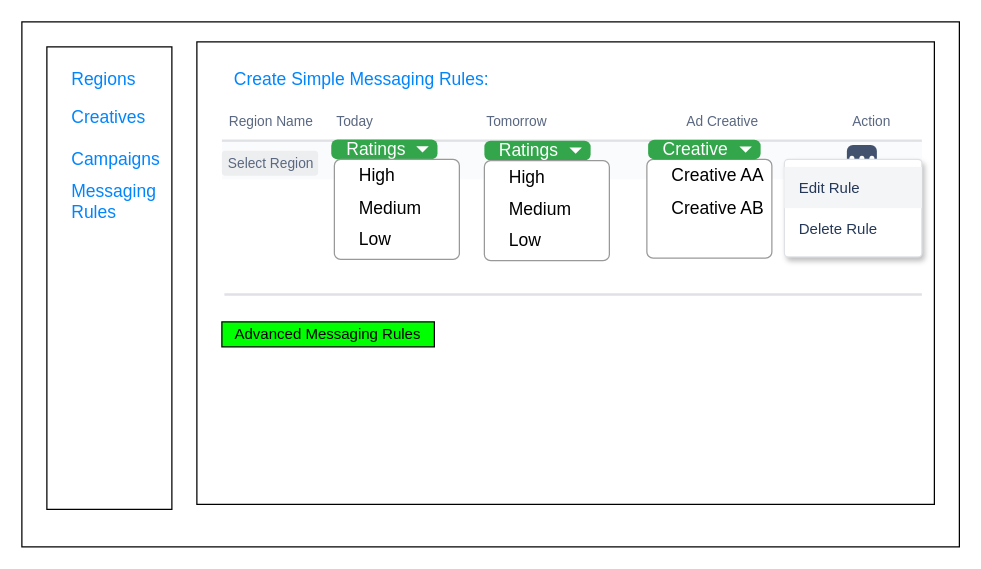
Earlier version of the draw.io diagram page "MessagingRules_SetUp" (8 of 8) of ttd-sa-exercise.drawio (coolsharepoint/Test). Source tidied: cells renumbered, new cells numbered last; positions are measured from the earlier drawing's top-left corner, leaving out a move shared by most shapes. Both pictures are drawn from the tidied source at 125%, with x=0, y=0 at pixel (21, 21).
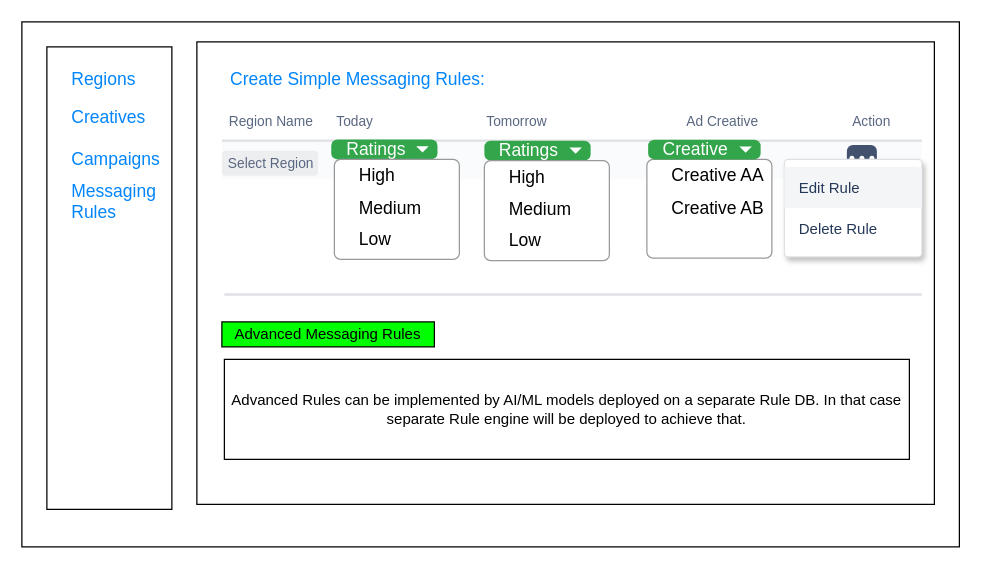
The same diagram, later.

Change to the diagram source:
```diff
@@
     <mxCell id="9" value="Create Simple Messaging Rules:" style="fillColor=none;strokeColor=none;fontSize=14;fontColor=#0085FC;align=left;spacing=10;" parent="1" vertex="1">
-      <mxGeometry x="160" y="30" width="80" height="30" as="geometry" />
+      <mxGeometry x="157" y="30" width="80" height="30" as="geometry" />
     </mxCell>
@@
+    <mxCell id="44" value="Advanced Rules can be implemented by AI/ML models deployed on a separate Rule DB. In that case separate Rule engine will be deployed to achieve that." style="rounded=0;whiteSpace=wrap;html=1;fillColor=#FFFFFF;" parent="1" vertex="1">
+      <mxGeometry x="162" y="270" width="548" height="80" as="geometry" />
+    </mxCell>
```
